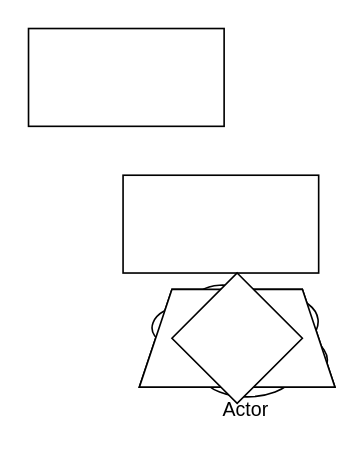
Above: architecture/Subscriptions Manager App Architecture Diagram.drawio in karateka-git/subscriptions-manager (draw.io), before the change. Source tidied: cells renumbered, new cells numbered last; positions are measured from the earlier drawing's top-left corner, leaving out a move shared by most shapes. Both pictures are drawn from the tidied source at 163%, with x=0, y=0 at pixel (28, 28).
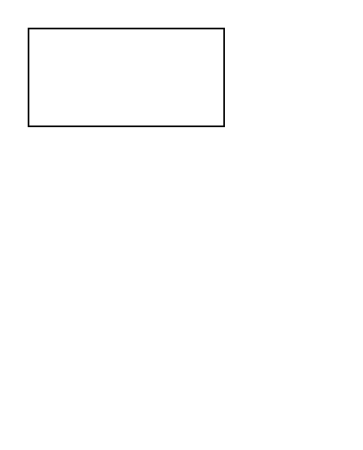
The same page after the edit.

The edit, as a diff of the source:
```diff
@@
 <mxGraphModel>
   <root>
     <mxCell id="0" />
     <mxCell id="1" parent="0" />
-    <mxCell id="2" style="rounded=0;whiteSpace=wrap;html=1;" parent="1" vertex="1">
-      <mxGeometry x="58" y="90" width="120" height="60" as="geometry" />
-    </mxCell>
     <mxCell id="3" style="rounded=0;whiteSpace=wrap;html=1;" parent="1" vertex="1">
       <mxGeometry width="120" height="60" as="geometry" />
     </mxCell>
-    <mxCell id="4" style="shape=trapezoid;perimeter=trapezoidPerimeter;whiteSpace=wrap;html=1;fixedSize=1;" parent="1" vertex="1">
-      <mxGeometry x="68" y="160" width="120" height="60" as="geometry" />
-    </mxCell>
-    <mxCell id="5" style="ellipse;shape=cloud;whiteSpace=wrap;html=1;" parent="1" vertex="1">
-      <mxGeometry x="68" y="150" width="120" height="80" as="geometry" />
-    </mxCell>
-    <mxCell id="6" value="Actor" style="shape=umlActor;verticalLabelPosition=bottom;verticalAlign=top;html=1;" parent="1" vertex="1">
-      <mxGeometry x="118" y="160" width="30" height="60" as="geometry" />
-    </mxCell>
-    <mxCell id="7" style="shape=trapezoid;perimeter=trapezoidPerimeter;whiteSpace=wrap;html=1;fixedSize=1;" parent="1" vertex="1">
-      <mxGeometry x="68" y="160" width="120" height="60" as="geometry" />
-    </mxCell>
-    <mxCell id="8" style="rhombus;whiteSpace=wrap;html=1;" parent="1" vertex="1">
-      <mxGeometry x="88" y="150" width="80" height="80" as="geometry" />
-    </mxCell>
   </root>
 </mxGraphModel>
```
